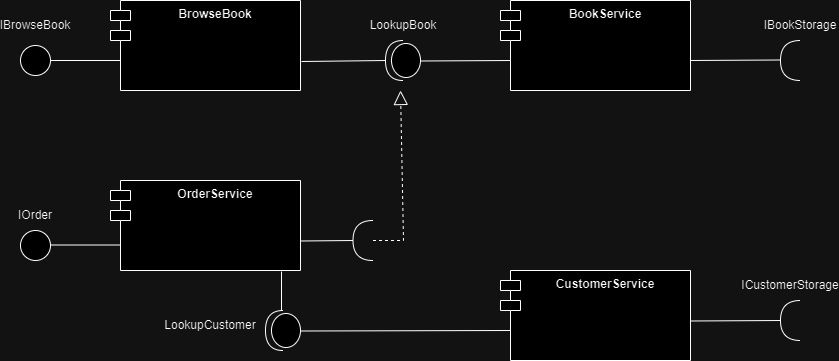
Before: Diary/SystemDesign/Jun2024/ComponentDiagram.drawio.png, a diagram exported from draw.io (toan207/Technology-Research-Diary). Source tidied: cells renumbered, new cells last; positions are measured from the earlier drawing's top-left corner, leaving out a move shared by most shapes. The source it was exported from:
```xml
<mxGraphModel>
  <root>
    <mxCell id="0" />
    <mxCell id="1" parent="0" />
    <mxCell id="2" value="&lt;b&gt;BrowseBook&lt;/b&gt;" style="shape=module;align=left;spacingLeft=20;align=center;verticalAlign=top;whiteSpace=wrap;html=1;" parent="1" vertex="1">
      <mxGeometry x="105" width="190" height="90" as="geometry" />
    </mxCell>
    <mxCell id="3" style="ellipse;whiteSpace=wrap;html=1;" parent="1" vertex="1">
      <mxGeometry x="15" y="45" width="30" height="30" as="geometry" />
    </mxCell>
    <mxCell id="4" style="endArrow=none;html=1;rounded=0;exitX=1;exitY=0.5;exitDx=0;exitDy=0;" parent="1" edge="1" source="3">
      <mxGeometry relative="1" as="geometry">
        <mxPoint x="115" y="60" as="targetPoint" />
      </mxGeometry>
    </mxCell>
    <mxCell id="5" value="IBrowseBook" style="text;html=1;align=center;verticalAlign=middle;whiteSpace=wrap;rounded=0;" parent="1" vertex="1">
      <mxGeometry y="10" width="60" height="30" as="geometry" />
    </mxCell>
    <mxCell id="6" style="shape=providedRequiredInterface;html=1;verticalLabelPosition=bottom;sketch=0;rotation=-180;" parent="1" vertex="1">
      <mxGeometry x="380" y="40" width="35" height="40" as="geometry" />
    </mxCell>
    <mxCell id="7" style="endArrow=none;html=1;rounded=0;entryX=1;entryY=0.5;entryDx=0;entryDy=0;entryPerimeter=0;exitX=1.005;exitY=0.678;exitDx=0;exitDy=0;exitPerimeter=0;" parent="1" edge="1" source="2" target="6">
      <mxGeometry relative="1" as="geometry" />
    </mxCell>
    <mxCell id="8" value="LookupBook" style="text;html=1;align=center;verticalAlign=middle;whiteSpace=wrap;rounded=0;" parent="1" vertex="1">
      <mxGeometry x="367.5" y="10" width="60" height="30" as="geometry" />
    </mxCell>
    <mxCell id="9" value="&lt;b&gt;BookService&lt;/b&gt;" style="shape=module;align=left;spacingLeft=20;align=center;verticalAlign=top;whiteSpace=wrap;html=1;" parent="1" vertex="1">
      <mxGeometry x="495" width="190" height="90" as="geometry" />
    </mxCell>
    <mxCell id="10" style="endArrow=none;html=1;rounded=0;exitX=1.005;exitY=0.678;exitDx=0;exitDy=0;exitPerimeter=0;" parent="1" edge="1">
      <mxGeometry relative="1" as="geometry">
        <mxPoint x="415" y="60.5" as="sourcePoint" />
        <mxPoint x="505" y="60" as="targetPoint" />
      </mxGeometry>
    </mxCell>
    <mxCell id="11" style="endArrow=none;html=1;rounded=0;exitX=1.005;exitY=0.678;exitDx=0;exitDy=0;exitPerimeter=0;" parent="1" edge="1">
      <mxGeometry relative="1" as="geometry">
        <mxPoint x="685" y="60" as="sourcePoint" />
        <mxPoint x="775" y="59.5" as="targetPoint" />
      </mxGeometry>
    </mxCell>
    <mxCell id="12" style="shape=requiredInterface;html=1;verticalLabelPosition=bottom;sketch=0;rotation=-180;" parent="1" vertex="1">
      <mxGeometry x="775" y="40" width="20" height="40" as="geometry" />
    </mxCell>
    <mxCell id="13" value="IBookStorage" style="text;html=1;align=center;verticalAlign=middle;whiteSpace=wrap;rounded=0;" parent="1" vertex="1">
      <mxGeometry x="765" y="10" width="60" height="30" as="geometry" />
    </mxCell>
    <mxCell id="14" value="&lt;b&gt;OrderService&lt;/b&gt;" style="shape=module;align=left;spacingLeft=20;align=center;verticalAlign=top;whiteSpace=wrap;html=1;" parent="1" vertex="1">
      <mxGeometry x="105" y="180" width="190" height="90" as="geometry" />
    </mxCell>
    <mxCell id="15" style="ellipse;whiteSpace=wrap;html=1;" parent="1" vertex="1">
      <mxGeometry x="15" y="230" width="30" height="30" as="geometry" />
    </mxCell>
    <mxCell id="16" style="endArrow=none;html=1;rounded=0;exitX=1;exitY=0.5;exitDx=0;exitDy=0;" parent="1" edge="1">
      <mxGeometry relative="1" as="geometry">
        <mxPoint x="45" y="244.5" as="sourcePoint" />
        <mxPoint x="115" y="244.5" as="targetPoint" />
      </mxGeometry>
    </mxCell>
    <mxCell id="17" value="IOrder" style="text;html=1;align=center;verticalAlign=middle;whiteSpace=wrap;rounded=0;" parent="1" vertex="1">
      <mxGeometry y="200" width="60" height="30" as="geometry" />
    </mxCell>
    <mxCell id="18" style="shape=requiredInterface;html=1;verticalLabelPosition=bottom;sketch=0;rotation=-180;" parent="1" vertex="1">
      <mxGeometry x="347.5" y="220" width="20" height="40" as="geometry" />
    </mxCell>
    <mxCell id="19" style="endArrow=none;html=1;rounded=0;exitX=1.005;exitY=0.678;exitDx=0;exitDy=0;exitPerimeter=0;entryX=1;entryY=0.5;entryDx=0;entryDy=0;entryPerimeter=0;" parent="1" edge="1" target="18">
      <mxGeometry relative="1" as="geometry">
        <mxPoint x="295" y="240.5" as="sourcePoint" />
      </mxGeometry>
    </mxCell>
    <mxCell id="20" style="endArrow=block;dashed=1;endFill=0;endSize=12;html=1;rounded=0;exitX=0;exitY=0.5;exitDx=0;exitDy=0;exitPerimeter=0;entryX=0.571;entryY=-0.25;entryDx=0;entryDy=0;entryPerimeter=0;" parent="1" edge="1" source="18" target="6">
      <mxGeometry relative="1" as="geometry">
        <Array as="points">
          <mxPoint x="398" y="240" />
        </Array>
      </mxGeometry>
    </mxCell>
    <mxCell id="21" value="&lt;b&gt;CustomerService&lt;/b&gt;" style="shape=module;align=left;spacingLeft=20;align=center;verticalAlign=top;whiteSpace=wrap;html=1;" parent="1" vertex="1">
      <mxGeometry x="495" y="270" width="190" height="90" as="geometry" />
    </mxCell>
    <mxCell id="22" style="endArrow=none;html=1;rounded=0;exitX=0.9;exitY=1.011;exitDx=0;exitDy=0;exitPerimeter=0;entryX=1;entryY=0.525;entryDx=0;entryDy=0;entryPerimeter=0;" parent="1" edge="1" source="14">
      <mxGeometry relative="1" as="geometry">
        <mxPoint x="276" y="310" as="targetPoint" />
      </mxGeometry>
    </mxCell>
    <mxCell id="23" style="shape=providedRequiredInterface;html=1;verticalLabelPosition=bottom;sketch=0;rotation=-180;" parent="1" vertex="1">
      <mxGeometry x="260" y="310" width="35" height="40" as="geometry" />
    </mxCell>
    <mxCell id="24" value="LookupCustomer" style="text;html=1;align=center;verticalAlign=middle;whiteSpace=wrap;rounded=0;" parent="1" vertex="1">
      <mxGeometry x="175" y="310" width="60" height="30" as="geometry" />
    </mxCell>
    <mxCell id="25" style="endArrow=none;html=1;rounded=0;exitX=1.005;exitY=0.678;exitDx=0;exitDy=0;exitPerimeter=0;" parent="1" edge="1">
      <mxGeometry relative="1" as="geometry">
        <mxPoint x="296" y="330.5" as="sourcePoint" />
        <mxPoint x="505" y="330" as="targetPoint" />
      </mxGeometry>
    </mxCell>
    <mxCell id="26" style="endArrow=none;html=1;rounded=0;exitX=1.005;exitY=0.678;exitDx=0;exitDy=0;exitPerimeter=0;" parent="1" edge="1">
      <mxGeometry relative="1" as="geometry">
        <mxPoint x="685" y="320.5" as="sourcePoint" />
        <mxPoint x="775" y="320" as="targetPoint" />
      </mxGeometry>
    </mxCell>
    <mxCell id="27" style="shape=requiredInterface;html=1;verticalLabelPosition=bottom;sketch=0;rotation=-180;" parent="1" vertex="1">
      <mxGeometry x="775" y="300" width="20" height="40" as="geometry" />
    </mxCell>
    <mxCell id="28" value="ICustomerStorage" style="text;html=1;align=center;verticalAlign=middle;whiteSpace=wrap;rounded=0;" parent="1" vertex="1">
      <mxGeometry x="755" y="270" width="60" height="30" as="geometry" />
    </mxCell>
  </root>
</mxGraphModel>
```
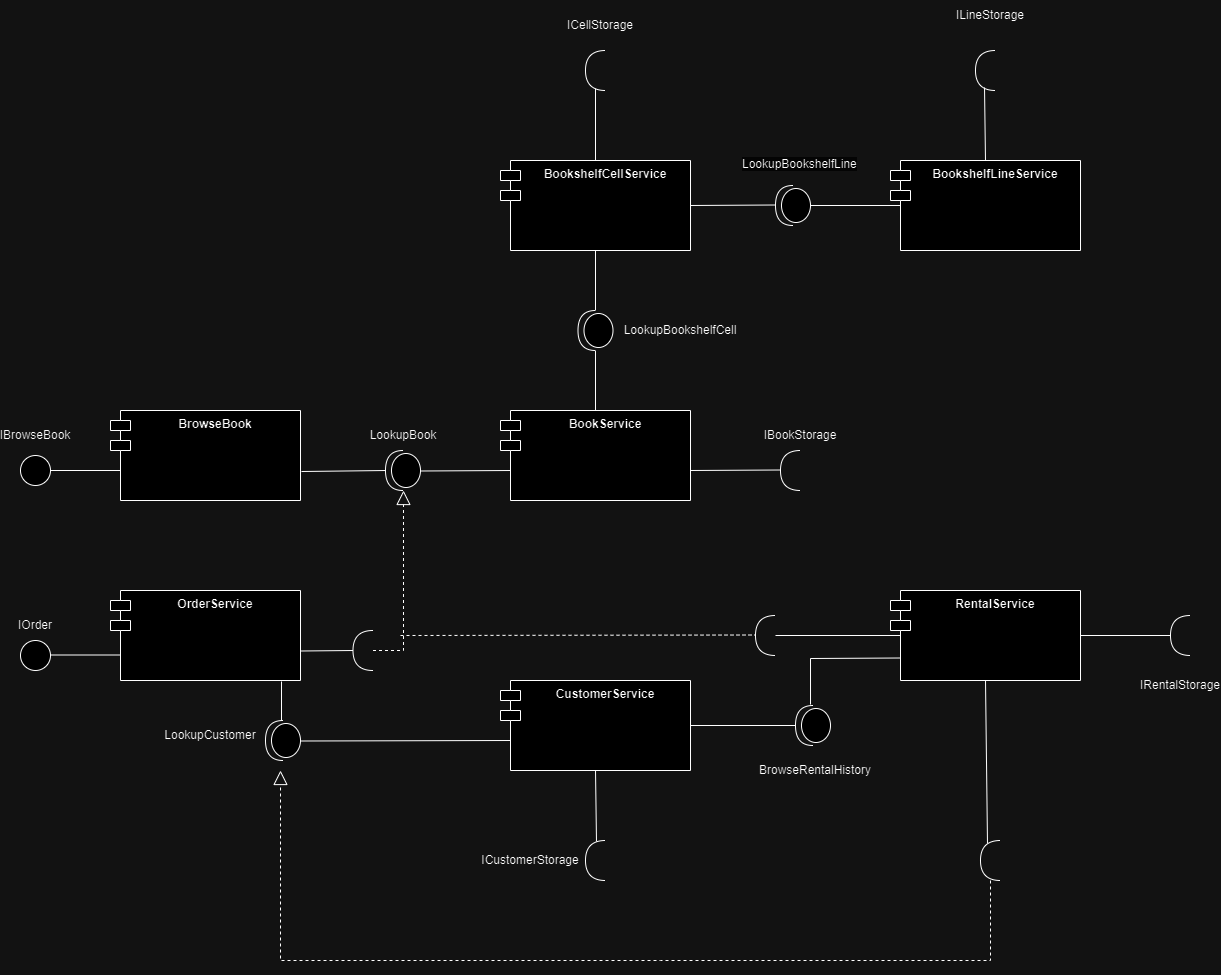
The same diagram one commit later.

Commit message:
Lucy Book Store

What changed in the source:
```diff
@@ -69,7 +69,7 @@
         <mxPoint x="295" y="240.5" as="sourcePoint" />
       </mxGeometry>
     </mxCell>
-    <mxCell id="20" style="endArrow=block;dashed=1;endFill=0;endSize=12;html=1;rounded=0;exitX=0;exitY=0.5;exitDx=0;exitDy=0;exitPerimeter=0;entryX=0.571;entryY=-0.25;entryDx=0;entryDy=0;entryPerimeter=0;" parent="1" edge="1" source="18" target="6">
+    <mxCell id="20" style="endArrow=block;dashed=1;endFill=0;endSize=12;html=1;rounded=0;exitX=0;exitY=0.5;exitDx=0;exitDy=0;exitPerimeter=0;entryX=0.486;entryY=0;entryDx=0;entryDy=0;entryPerimeter=0;" parent="1" edge="1" source="18" target="6">
       <mxGeometry relative="1" as="geometry">
         <Array as="points">
           <mxPoint x="398" y="240" />
@@ -96,17 +96,124 @@
         <mxPoint x="505" y="330" as="targetPoint" />
       </mxGeometry>
     </mxCell>
-    <mxCell id="26" style="endArrow=none;html=1;rounded=0;exitX=1.005;exitY=0.678;exitDx=0;exitDy=0;exitPerimeter=0;" parent="1" edge="1">
-      <mxGeometry relative="1" as="geometry">
-        <mxPoint x="685" y="320.5" as="sourcePoint" />
-        <mxPoint x="775" y="320" as="targetPoint" />
-      </mxGeometry>
+    <mxCell id="26" style="endArrow=none;html=1;rounded=0;exitX=0.5;exitY=1;exitDx=0;exitDy=0;entryX=0.45;entryY=0.975;entryDx=0;entryDy=0;entryPerimeter=0;" parent="1" edge="1" source="21" target="27">
+      <mxGeometry relative="1" as="geometry" />
     </mxCell>
     <mxCell id="27" style="shape=requiredInterface;html=1;verticalLabelPosition=bottom;sketch=0;rotation=-180;" parent="1" vertex="1">
-      <mxGeometry x="775" y="300" width="20" height="40" as="geometry" />
+      <mxGeometry x="580" y="430" width="20" height="40" as="geometry" />
     </mxCell>
     <mxCell id="28" value="ICustomerStorage" style="text;html=1;align=center;verticalAlign=middle;whiteSpace=wrap;rounded=0;" parent="1" vertex="1">
-      <mxGeometry x="755" y="270" width="60" height="30" as="geometry" />
+      <mxGeometry x="495" y="435" width="60" height="30" as="geometry" />
     </mxCell>
+    <mxCell id="29" style="shape=providedRequiredInterface;html=1;verticalLabelPosition=bottom;sketch=0;rotation=-180;" parent="1" vertex="1">
+      <mxGeometry x="572.5" y="-100" width="35" height="40" as="geometry" />
+    </mxCell>
+    <mxCell id="30" style="endArrow=none;html=1;rounded=0;entryX=0.5;entryY=0;entryDx=0;entryDy=0;" parent="1" edge="1" source="29" target="9">
+      <mxGeometry relative="1" as="geometry" />
+    </mxCell>
+    <mxCell id="31" value="LookupBookshelfCell" style="text;html=1;align=center;verticalAlign=middle;whiteSpace=wrap;rounded=0;" parent="1" vertex="1">
+      <mxGeometry x="645" y="-95" width="60" height="30" as="geometry" />
+    </mxCell>
+    <mxCell id="32" value="&lt;b&gt;BookshelfCellService&lt;/b&gt;" style="shape=module;align=left;spacingLeft=20;align=center;verticalAlign=top;whiteSpace=wrap;html=1;" parent="1" vertex="1">
+      <mxGeometry x="495" y="-250" width="190" height="90" as="geometry" />
+    </mxCell>
+    <mxCell id="33" style="endArrow=none;html=1;rounded=0;entryX=0.5;entryY=1;entryDx=0;entryDy=0;exitX=0.5;exitY=1;exitDx=0;exitDy=0;entryPerimeter=0;" parent="1" edge="1" source="32" target="29">
+      <mxGeometry relative="1" as="geometry" />
+    </mxCell>
+    <mxCell id="34" value="&lt;b&gt;BookshelfLineService&lt;/b&gt;" style="shape=module;align=left;spacingLeft=20;align=center;verticalAlign=top;whiteSpace=wrap;html=1;" parent="1" vertex="1">
+      <mxGeometry x="885" y="-250" width="190" height="90" as="geometry" />
+    </mxCell>
+    <mxCell id="35" style="shape=providedRequiredInterface;html=1;verticalLabelPosition=bottom;sketch=0;rotation=-180;" parent="1" vertex="1">
+      <mxGeometry x="770" y="-225" width="35" height="40" as="geometry" />
+    </mxCell>
+    <mxCell id="36" style="endArrow=none;html=1;rounded=0;" parent="1" edge="1">
+      <mxGeometry relative="1" as="geometry">
+        <mxPoint x="685" y="-205" as="sourcePoint" />
+        <mxPoint x="770" y="-205.5" as="targetPoint" />
+      </mxGeometry>
+    </mxCell>
+    <mxCell id="37" style="endArrow=none;html=1;rounded=0;exitX=1.005;exitY=0.678;exitDx=0;exitDy=0;exitPerimeter=0;entryX=0;entryY=0.5;entryDx=10;entryDy=0;entryPerimeter=0;" parent="1" edge="1" target="34">
+      <mxGeometry relative="1" as="geometry">
+        <mxPoint x="805" y="-205" as="sourcePoint" />
+      </mxGeometry>
+    </mxCell>
+    <mxCell id="38" value="&lt;span style=&quot;color: rgb(0, 0, 0); font-family: Helvetica; font-size: 12px; font-style: normal; font-variant-ligatures: normal; font-variant-caps: normal; font-weight: 400; letter-spacing: normal; orphans: 2; text-align: center; text-indent: 0px; text-transform: none; widows: 2; word-spacing: 0px; -webkit-text-stroke-width: 0px; white-space: normal; background-color: rgb(251, 251, 251); text-decoration-thickness: initial; text-decoration-style: initial; text-decoration-color: initial; display: inline !important; float: none;&quot;&gt;LookupBookshelfLine&lt;/span&gt;" style="text;whiteSpace=wrap;html=1;" parent="1" vertex="1">
+      <mxGeometry x="735" y="-260" width="150" height="40" as="geometry" />
+    </mxCell>
+    <mxCell id="39" style="shape=requiredInterface;html=1;verticalLabelPosition=bottom;sketch=0;rotation=-180;" parent="1" vertex="1">
+      <mxGeometry x="970" y="-360" width="20" height="40" as="geometry" />
+    </mxCell>
+    <mxCell id="40" style="shape=requiredInterface;html=1;verticalLabelPosition=bottom;sketch=0;rotation=-180;" parent="1" vertex="1">
+      <mxGeometry x="580" y="-360" width="20" height="40" as="geometry" />
+    </mxCell>
+    <mxCell id="41" style="endArrow=none;html=1;rounded=0;entryX=0.5;entryY=0;entryDx=0;entryDy=0;exitX=0.5;exitY=0.05;exitDx=0;exitDy=0;exitPerimeter=0;" parent="1" edge="1" source="40" target="32">
+      <mxGeometry relative="1" as="geometry" />
+    </mxCell>
+    <mxCell id="42" style="endArrow=none;html=1;rounded=0;exitX=0.5;exitY=0;exitDx=0;exitDy=0;entryX=0.55;entryY=0.075;entryDx=0;entryDy=0;entryPerimeter=0;" parent="1" edge="1" source="34" target="39">
+      <mxGeometry relative="1" as="geometry" />
+    </mxCell>
+    <mxCell id="43" value="ICellStorage" style="text;html=1;align=center;verticalAlign=middle;whiteSpace=wrap;rounded=0;" parent="1" vertex="1">
+      <mxGeometry x="565" y="-400" width="60" height="30" as="geometry" />
+    </mxCell>
+    <mxCell id="44" value="ILineStorage" style="text;html=1;align=center;verticalAlign=middle;whiteSpace=wrap;rounded=0;" parent="1" vertex="1">
+      <mxGeometry x="955" y="-410" width="60" height="30" as="geometry" />
+    </mxCell>
+    <mxCell id="45" value="&lt;b&gt;RentalService&lt;/b&gt;" style="shape=module;align=left;spacingLeft=20;align=center;verticalAlign=top;whiteSpace=wrap;html=1;" parent="1" vertex="1">
+      <mxGeometry x="885" y="180" width="190" height="90" as="geometry" />
+    </mxCell>
+    <mxCell id="46" style="shape=requiredInterface;html=1;verticalLabelPosition=bottom;sketch=0;rotation=-180;" parent="1" vertex="1">
+      <mxGeometry x="1165" y="205" width="20" height="40" as="geometry" />
+    </mxCell>
+    <mxCell id="47" style="endArrow=none;html=1;rounded=0;exitX=1;exitY=0.5;exitDx=0;exitDy=0;entryX=1;entryY=0.5;entryDx=0;entryDy=0;exitPerimeter=0;" parent="1" edge="1" source="46" target="45">
+      <mxGeometry relative="1" as="geometry" />
+    </mxCell>
+    <mxCell id="48" value="IRentalStorage" style="text;html=1;align=center;verticalAlign=middle;whiteSpace=wrap;rounded=0;" parent="1" vertex="1">
+      <mxGeometry x="1145" y="260" width="60" height="30" as="geometry" />
+    </mxCell>
+    <mxCell id="49" style="shape=providedRequiredInterface;html=1;verticalLabelPosition=bottom;sketch=0;rotation=-180;" parent="1" vertex="1">
+      <mxGeometry x="790" y="295" width="35" height="40" as="geometry" />
+    </mxCell>
+    <mxCell id="50" value="BrowseRentalHistory" style="text;html=1;align=center;verticalAlign=middle;whiteSpace=wrap;rounded=0;" parent="1" vertex="1">
+      <mxGeometry x="780" y="345" width="60" height="30" as="geometry" />
+    </mxCell>
+    <mxCell id="51" style="endArrow=none;html=1;rounded=0;exitX=1;exitY=0.5;exitDx=0;exitDy=0;entryX=1;entryY=0.5;entryDx=0;entryDy=0;entryPerimeter=0;" parent="1" edge="1" source="21" target="49">
+      <mxGeometry relative="1" as="geometry" />
+    </mxCell>
+    <mxCell id="52" style="endArrow=none;html=1;rounded=0;exitX=0;exitY=0.75;exitDx=10;exitDy=0;exitPerimeter=0;entryX=0.571;entryY=1.025;entryDx=0;entryDy=0;entryPerimeter=0;" parent="1" edge="1" source="45" target="49">
+      <mxGeometry relative="1" as="geometry">
+        <Array as="points">
+          <mxPoint x="805" y="248" />
+        </Array>
+      </mxGeometry>
+    </mxCell>
+    <mxCell id="53" style="shape=requiredInterface;html=1;verticalLabelPosition=bottom;sketch=0;rotation=-180;" parent="1" vertex="1">
+      <mxGeometry x="750" y="205" width="20" height="40" as="geometry" />
+    </mxCell>
+    <mxCell id="54" style="endArrow=none;html=1;rounded=0;exitX=0;exitY=0.5;exitDx=0;exitDy=0;entryX=0;entryY=0.5;entryDx=10;entryDy=0;entryPerimeter=0;exitPerimeter=0;" parent="1" edge="1" source="53" target="45">
+      <mxGeometry relative="1" as="geometry" />
+    </mxCell>
+    <mxCell id="55" style="endArrow=none;html=1;rounded=0;dashed=1;" parent="1" edge="1">
+      <mxGeometry relative="1" as="geometry">
+        <mxPoint x="395" y="225" as="sourcePoint" />
+        <mxPoint x="750" y="224.5" as="targetPoint" />
+      </mxGeometry>
+    </mxCell>
+    <mxCell id="56" style="shape=requiredInterface;html=1;verticalLabelPosition=bottom;sketch=0;rotation=-180;" parent="1" vertex="1">
+      <mxGeometry x="975" y="430" width="20" height="40" as="geometry" />
+    </mxCell>
+    <mxCell id="57" style="endArrow=none;html=1;rounded=0;entryX=0.5;entryY=1;entryDx=0;entryDy=0;exitX=0.65;exitY=0.925;exitDx=0;exitDy=0;exitPerimeter=0;" parent="1" edge="1" source="56" target="45">
+      <mxGeometry relative="1" as="geometry" />
+    </mxCell>
+    <mxCell id="58" style="endArrow=block;dashed=1;endFill=0;endSize=12;html=1;rounded=0;" parent="1" edge="1">
+      <mxGeometry relative="1" as="geometry">
+        <mxPoint x="985" y="470" as="sourcePoint" />
+        <mxPoint x="275" y="360" as="targetPoint" />
+        <Array as="points">
+          <mxPoint x="985" y="550" />
+          <mxPoint x="655" y="550" />
+          <mxPoint x="275" y="550" />
+        </Array>
+      </mxGeometry>
+    </mxCell>
   </root>
 </mxGraphModel>
```
